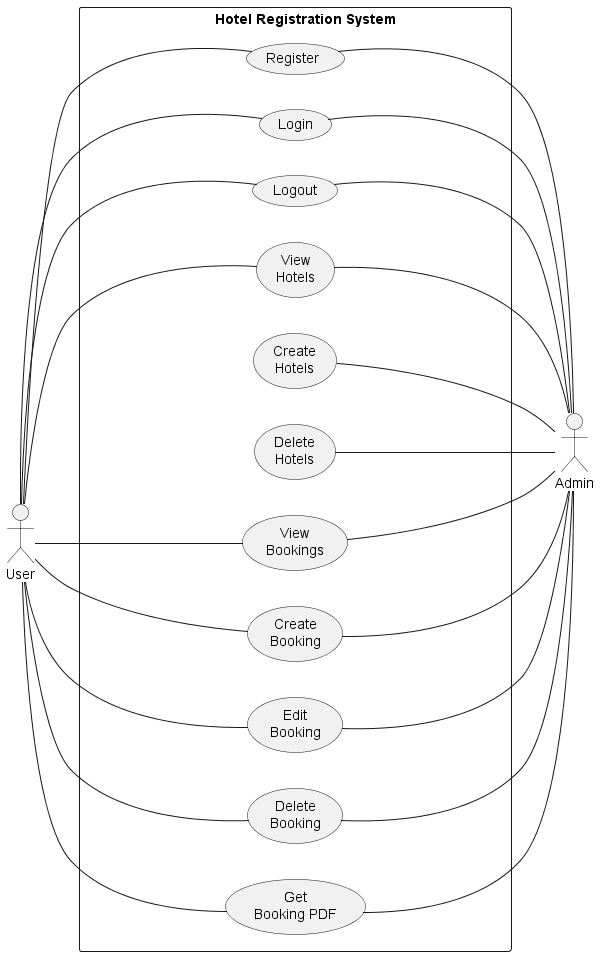
Above: out/plant_uml/hotelRegistrationUseCase/Hotel Registration System Use Case Diagram.png in podesport/SWPrac-proj (PlantUML), before the change. Source of this version:
```plantuml
@startuml Hotel Registration System Use Case Diagram
left to right direction

actor "User" as user
rectangle "\t\t\t\tHotel Registration System\t\t\t\t" as HotelRegistrationSystem {
    usecase "Register" as register
    usecase "Login" as login
    usecase "Logout" as logout
    usecase "View\nHotels" as viewHotels
    usecase "Create\nHotels" as createHotel
    usecase "Delete\nHotels" as deleteHotel
    usecase "View\nBookings" as viewBookings
    usecase "Create\nBooking" as createBooking
    usecase "Edit\nBooking" as editBooking
    usecase "Delete\nBooking" as deleteBooking
    usecase "Get\nBooking PDF" as getBookingPDF
}

actor "Admin" as admin


user -- register
user -- login
user -- logout

user -- viewHotels

user -- viewBookings
user -- createBooking
user -- editBooking
user -- deleteBooking
user -- getBookingPDF

register -- admin
login -- admin
logout -- admin

viewHotels -- admin
createHotel -- admin
deleteHotel -- admin

viewBookings -- admin
createBooking -- admin
editBooking -- admin
deleteBooking -- admin
getBookingPDF -- admin
@enduml
```
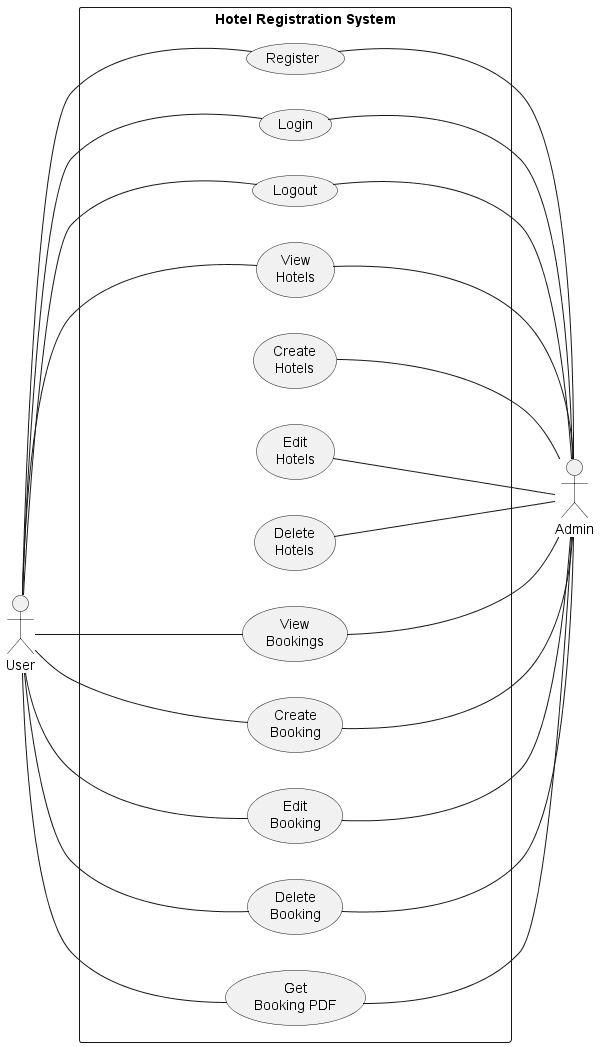
The same file after the commit.

Commit message:
update usecase diagram update

The edit, as a diff of the source:
```diff
@@ -8,6 +8,7 @@
     usecase "Logout" as logout
     usecase "View\nHotels" as viewHotels
     usecase "Create\nHotels" as createHotel
+    usecase "Edit\nHotels" as editHotel
     usecase "Delete\nHotels" as deleteHotel
     usecase "View\nBookings" as viewBookings
     usecase "Create\nBooking" as createBooking
@@ -37,6 +38,7 @@
 
 viewHotels -- admin
 createHotel -- admin
+editHotel -- admin
 deleteHotel -- admin
 
 viewBookings -- admin
```
